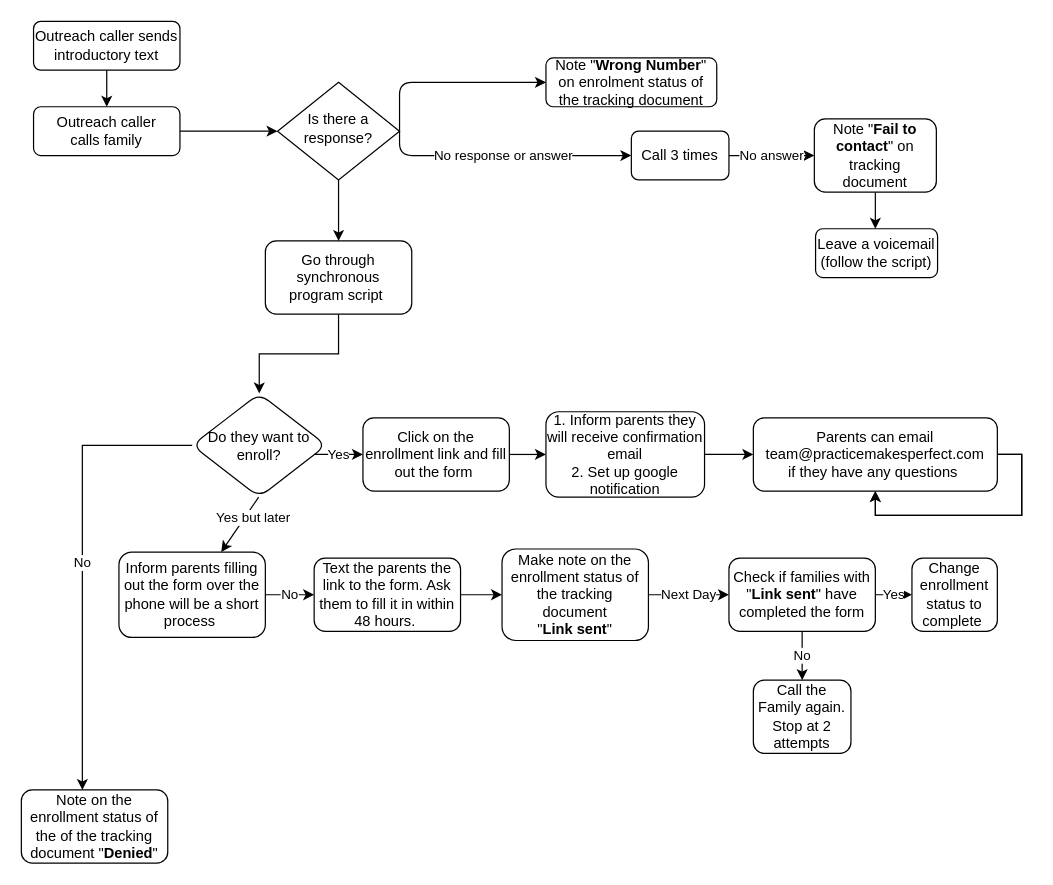
MatzKing/share-course keeps this draw.io diagram as Outreach Caller Diagram.drawio. Above is the earlier version. Source tidied: cells renumbered, new cells numbered last; positions are measured from the earlier drawing's top-left corner, leaving out a move shared by most shapes. Both pictures are drawn from the tidied source at 122%, with x=0, y=0 at pixel (21, 21).
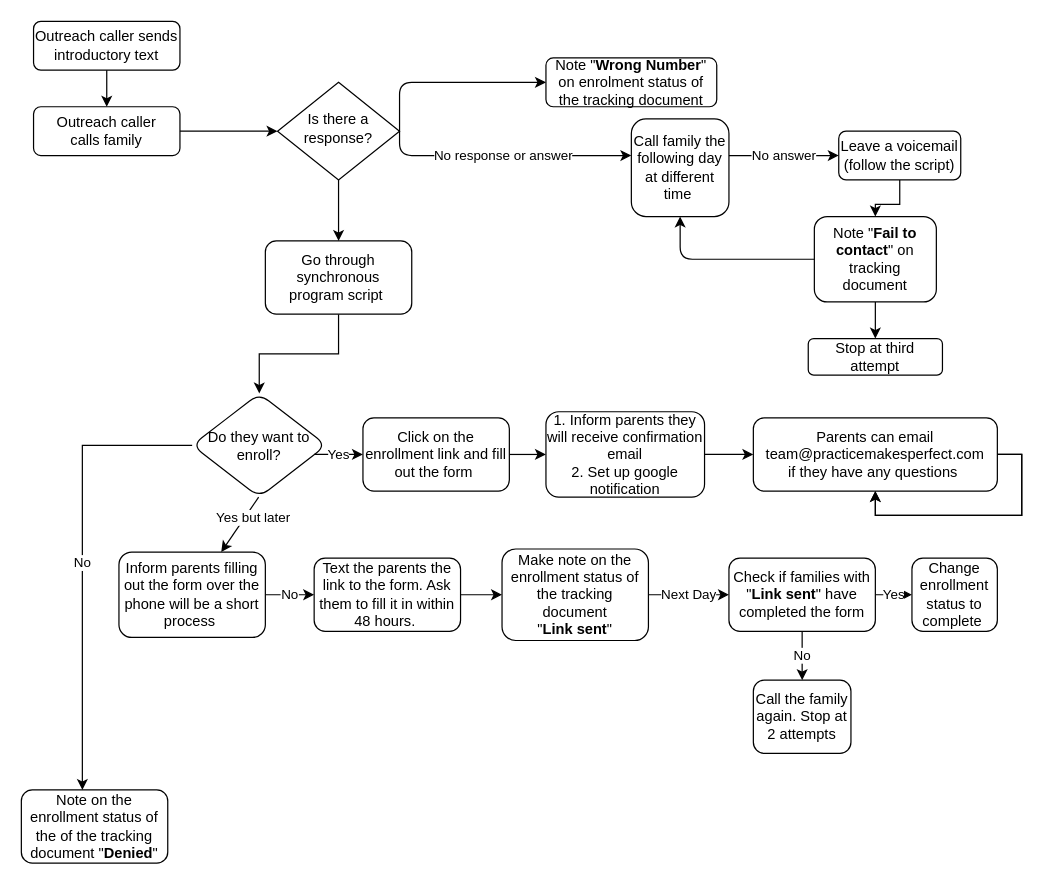
The same page after the edit.

The edit, as a diff of the source:
```diff
@@
-    <mxCell id="7" value="Call 3 times" style="rounded=1;whiteSpace=wrap;html=1;" parent="1" vertex="1">
-      <mxGeometry x="500" y="90" width="80" height="40" as="geometry" />
+    <mxCell id="7" value="Call family the following day at different time&amp;nbsp;" style="rounded=1;whiteSpace=wrap;html=1;" parent="1" vertex="1">
+      <mxGeometry x="500" y="80" width="80" height="80" as="geometry" />
     </mxCell>
-    <mxCell id="8" style="edgeStyle=orthogonalEdgeStyle;rounded=0;jettySize=auto;html=1;" parent="1" edge="1" source="9">
-      <mxGeometry relative="1" as="geometry">
-        <mxPoint x="700" y="170" as="targetPoint" />
-      </mxGeometry>
+    <mxCell id="8" style="edgeStyle=orthogonalEdgeStyle;rounded=0;jettySize=auto;html=1;entryX=0.5;entryY=0;entryDx=0;entryDy=0;" parent="1" edge="1" source="9" target="10">
+      <mxGeometry relative="1" as="geometry" />
     </mxCell>
-    <mxCell id="9" value="Note &quot;&lt;b&gt;Fail to contact&lt;/b&gt;&quot; on tracking document" style="rounded=1;whiteSpace=wrap;html=1;" parent="1" vertex="1">
-      <mxGeometry x="650" y="80" width="100" height="60" as="geometry" />
+    <mxCell id="9" value="Leave a voicemail&lt;br&gt;(follow the script)&lt;br&gt;" style="rounded=1;whiteSpace=wrap;html=1;" parent="1" vertex="1">
+      <mxGeometry x="670" y="90" width="100" height="40" as="geometry" />
     </mxCell>
+    <mxCell id="41" style="edgeStyle=orthogonalEdgeStyle;rounded=0;jettySize=auto;html=1;" parent="1" edge="1" source="10">
+      <mxGeometry relative="1" as="geometry">
+        <mxPoint x="700" y="260" as="targetPoint" />
+      </mxGeometry>
+    </mxCell>
-    <mxCell id="10" value="Leave a voicemail&lt;br&gt;(follow the script)" style="rounded=1;whiteSpace=wrap;html=1;" parent="1" vertex="1">
-      <mxGeometry x="651" y="170" width="100" height="40" as="geometry" />
+    <mxCell id="10" value="&lt;span&gt;Note &quot;&lt;/span&gt;&lt;b&gt;Fail to contact&lt;/b&gt;&lt;span&gt;&quot; on tracking document&lt;/span&gt;" style="rounded=1;whiteSpace=wrap;html=1;" parent="1" vertex="1">
+      <mxGeometry x="650" y="160" width="100" height="70" as="geometry" />
     </mxCell>
@@
-    <mxCell id="33" value="Call the Family again. Stop at 2 attempts" style="rounded=1;whiteSpace=wrap;html=1;" parent="1" vertex="1">
+    <mxCell id="33" value="Call the family again. Stop at 2 attempts" style="rounded=1;whiteSpace=wrap;html=1;" parent="1" vertex="1">
       <mxGeometry x="600" y="540" width="80" height="60" as="geometry" />
     </mxCell>
@@
+    <mxCell id="42" value="Stop at third attempt" style="rounded=1;whiteSpace=wrap;html=1;" parent="1" vertex="1">
+      <mxGeometry x="645" y="260" width="110" height="30" as="geometry" />
+    </mxCell>
+    <mxCell id="43" style="endArrow=classic;html=1;exitX=0;exitY=0.5;exitDx=0;exitDy=0;" parent="1" edge="1" source="10">
+      <mxGeometry relative="1" as="geometry">
+        <mxPoint x="540" y="160" as="targetPoint" />
+        <Array as="points">
+          <mxPoint x="540" y="195" />
+        </Array>
+      </mxGeometry>
+    </mxCell>
```
